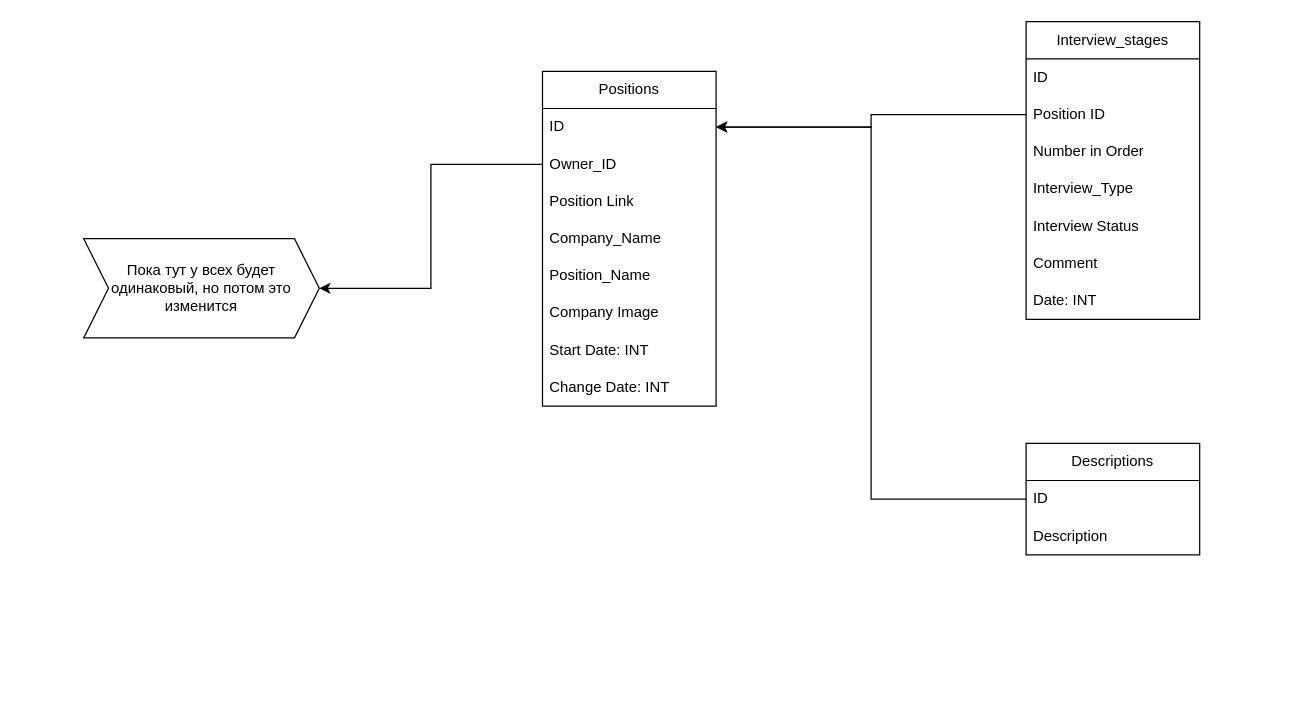
DimaVarek/exercises keeps this draw.io diagram as db_interview_helper.drawio. Above is the earlier version. Source tidied: cells renumbered, new cells numbered last; positions are measured from the earlier drawing's top-left corner, leaving out a move shared by most shapes. Both pictures are drawn from the tidied source at 124%, with x=0, y=0 at pixel (83, 21).
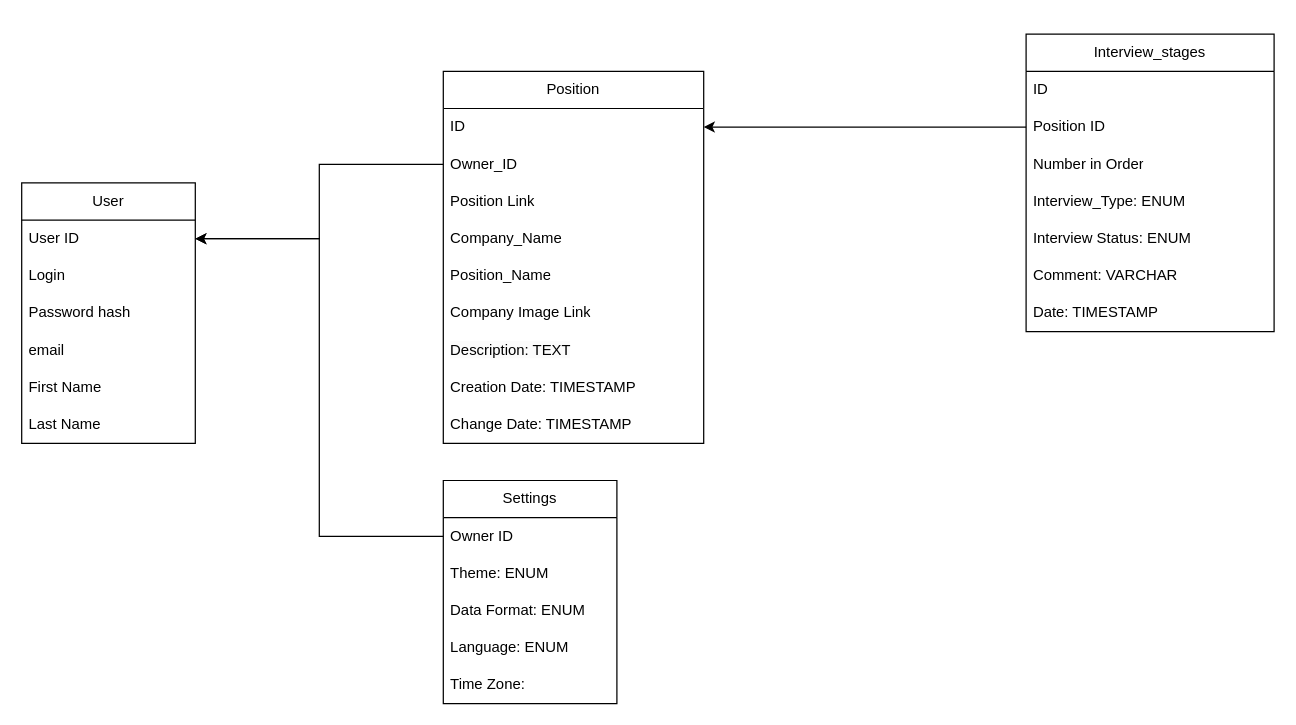
After the change.

Change to the diagram source:
```diff
@@
-    <mxCell id="2" value="Positions" style="swimlane;fontStyle=0;horizontal=1;startSize=30;whiteSpace=wrap;html=1;" parent="1" vertex="1">
-      <mxGeometry x="370" y="40" width="140" height="270" as="geometry" />
+    <mxCell id="2" value="Position" style="swimlane;fontStyle=0;horizontal=1;startSize=30;whiteSpace=wrap;html=1;" parent="1" vertex="1">
+      <mxGeometry x="290" y="40" width="210" height="300" as="geometry" />
     </mxCell>
     <mxCell id="3" value="ID" style="text;strokeColor=none;fillColor=none;align=left;verticalAlign=middle;spacingLeft=4;spacingRight=4;overflow=hidden;points=[[0,0.5],[1,0.5]];portConstraint=eastwest;whiteSpace=wrap;html=1;" parent="2" vertex="1">
-      <mxGeometry y="30" width="140" height="30" as="geometry" />
+      <mxGeometry y="30" width="210" height="30" as="geometry" />
     </mxCell>
     <mxCell id="4" value="Owner_ID" style="text;strokeColor=none;fillColor=none;align=left;verticalAlign=middle;spacingLeft=4;spacingRight=4;overflow=hidden;points=[[0,0.5],[1,0.5]];portConstraint=eastwest;whiteSpace=wrap;html=1;" parent="2" vertex="1">
-      <mxGeometry y="60" width="140" height="30" as="geometry" />
+      <mxGeometry y="60" width="210" height="30" as="geometry" />
     </mxCell>
     <mxCell id="5" value="Position Link" style="text;strokeColor=none;fillColor=none;align=left;verticalAlign=middle;spacingLeft=4;spacingRight=4;overflow=hidden;whiteSpace=wrap;html=1;" parent="2" vertex="1">
-      <mxGeometry y="90" width="140" height="30" as="geometry" />
+      <mxGeometry y="90" width="210" height="30" as="geometry" />
     </mxCell>
     <mxCell id="6" value="Company_Name" style="text;strokeColor=none;fillColor=none;align=left;verticalAlign=middle;spacingLeft=4;spacingRight=4;overflow=hidden;whiteSpace=wrap;html=1;" parent="2" vertex="1">
-      <mxGeometry y="120" width="140" height="30" as="geometry" />
+      <mxGeometry y="120" width="210" height="30" as="geometry" />
     </mxCell>
     <mxCell id="7" value="Position_Name" style="text;strokeColor=none;fillColor=none;align=left;verticalAlign=middle;spacingLeft=4;spacingRight=4;overflow=hidden;whiteSpace=wrap;html=1;" parent="2" vertex="1">
-      <mxGeometry y="150" width="140" height="30" as="geometry" />
+      <mxGeometry y="150" width="210" height="30" as="geometry" />
     </mxCell>
-    <mxCell id="8" value="Company Image" style="text;strokeColor=none;fillColor=none;align=left;verticalAlign=middle;spacingLeft=4;spacingRight=4;overflow=hidden;whiteSpace=wrap;html=1;" parent="2" vertex="1">
-      <mxGeometry y="180" width="140" height="30" as="geometry" />
+    <mxCell id="8" value="Company Image Link" style="text;strokeColor=none;fillColor=none;align=left;verticalAlign=middle;spacingLeft=4;spacingRight=4;overflow=hidden;whiteSpace=wrap;html=1;" parent="2" vertex="1">
+      <mxGeometry y="180" width="210" height="30" as="geometry" />
     </mxCell>
+    <mxCell id="26" value="&lt;span style=&quot;color: rgb(0, 0, 0); font-family: Helvetica; font-size: 12px; font-style: normal; font-variant-ligatures: normal; font-variant-caps: normal; font-weight: 400; letter-spacing: normal; orphans: 2; text-align: left; text-indent: 0px; text-transform: none; widows: 2; word-spacing: 0px; -webkit-text-stroke-width: 0px; background-color: rgb(251, 251, 251); text-decoration-thickness: initial; text-decoration-style: initial; text-decoration-color: initial; float: none; display: inline !important;&quot;&gt;Description: TEXT&lt;/span&gt;" style="text;strokeColor=none;fillColor=none;align=left;verticalAlign=middle;spacingLeft=4;spacingRight=4;overflow=hidden;whiteSpace=wrap;html=1;" parent="2" vertex="1">
+      <mxGeometry y="210" width="210" height="30" as="geometry" />
+    </mxCell>
-    <mxCell id="9" value="Start Date: INT" style="text;strokeColor=none;fillColor=none;align=left;verticalAlign=middle;spacingLeft=4;spacingRight=4;overflow=hidden;whiteSpace=wrap;html=1;" parent="2" vertex="1">
-      <mxGeometry y="210" width="140" height="30" as="geometry" />
+    <mxCell id="9" value="Creation Date: TIMESTAMP" style="text;strokeColor=none;fillColor=none;align=left;verticalAlign=middle;spacingLeft=4;spacingRight=4;overflow=hidden;whiteSpace=wrap;html=1;" parent="2" vertex="1">
+      <mxGeometry y="240" width="210" height="30" as="geometry" />
     </mxCell>
-    <mxCell id="10" value="Change Date: INT" style="text;strokeColor=none;fillColor=none;align=left;verticalAlign=middle;spacingLeft=4;spacingRight=4;overflow=hidden;whiteSpace=wrap;html=1;" parent="2" vertex="1">
-      <mxGeometry y="240" width="140" height="30" as="geometry" />
+    <mxCell id="10" value="Change Date: TIMESTAMP" style="text;strokeColor=none;fillColor=none;align=left;verticalAlign=middle;spacingLeft=4;spacingRight=4;overflow=hidden;whiteSpace=wrap;html=1;" parent="2" vertex="1">
+      <mxGeometry y="270" width="210" height="30" as="geometry" />
     </mxCell>
     <mxCell id="11" value="Interview_stages" style="swimlane;fontStyle=0;horizontal=1;startSize=30;whiteSpace=wrap;html=1;" parent="1" vertex="1">
-      <mxGeometry x="760" width="140" height="240" as="geometry" />
+      <mxGeometry x="760" y="10" width="200" height="240" as="geometry" />
     </mxCell>
     <mxCell id="12" value="ID" style="text;strokeColor=none;fillColor=none;align=left;verticalAlign=middle;spacingLeft=4;spacingRight=4;overflow=hidden;whiteSpace=wrap;html=1;" parent="11" vertex="1">
-      <mxGeometry y="30" width="140" height="30" as="geometry" />
+      <mxGeometry y="30" width="200" height="30" as="geometry" />
     </mxCell>
     <mxCell id="13" value="Position ID" style="text;strokeColor=none;fillColor=none;align=left;verticalAlign=middle;spacingLeft=4;spacingRight=4;overflow=hidden;points=[[0,0.5],[1,0.5]];portConstraint=eastwest;whiteSpace=wrap;html=1;" parent="11" vertex="1">
-      <mxGeometry y="60" width="140" height="30" as="geometry" />
+      <mxGeometry y="60" width="200" height="30" as="geometry" />
     </mxCell>
     <mxCell id="14" value="Number in Order" style="text;strokeColor=none;fillColor=none;align=left;verticalAlign=middle;spacingLeft=4;spacingRight=4;overflow=hidden;whiteSpace=wrap;html=1;" parent="11" vertex="1">
-      <mxGeometry y="90" width="140" height="30" as="geometry" />
+      <mxGeometry y="90" width="200" height="30" as="geometry" />
     </mxCell>
-    <mxCell id="15" value="Interview_Type" style="text;strokeColor=none;fillColor=none;align=left;verticalAlign=middle;spacingLeft=4;spacingRight=4;overflow=hidden;whiteSpace=wrap;html=1;" parent="11" vertex="1">
-      <mxGeometry y="120" width="140" height="30" as="geometry" />
+    <mxCell id="15" value="Interview_Type: ENUM" style="text;strokeColor=none;fillColor=none;align=left;verticalAlign=middle;spacingLeft=4;spacingRight=4;overflow=hidden;whiteSpace=wrap;html=1;" parent="11" vertex="1">
+      <mxGeometry y="120" width="200" height="30" as="geometry" />
     </mxCell>
-    <mxCell id="16" value="Interview Status" style="text;strokeColor=none;fillColor=none;align=left;verticalAlign=middle;spacingLeft=4;spacingRight=4;overflow=hidden;whiteSpace=wrap;html=1;" parent="11" vertex="1">
-      <mxGeometry y="150" width="140" height="30" as="geometry" />
+    <mxCell id="16" value="Interview Status: ENUM" style="text;strokeColor=none;fillColor=none;align=left;verticalAlign=middle;spacingLeft=4;spacingRight=4;overflow=hidden;whiteSpace=wrap;html=1;" parent="11" vertex="1">
+      <mxGeometry y="150" width="200" height="30" as="geometry" />
     </mxCell>
-    <mxCell id="17" value="Comment" style="text;strokeColor=none;fillColor=none;align=left;verticalAlign=middle;spacingLeft=4;spacingRight=4;overflow=hidden;whiteSpace=wrap;html=1;" parent="11" vertex="1">
-      <mxGeometry y="180" width="140" height="30" as="geometry" />
+    <mxCell id="17" value="Comment: VARCHAR" style="text;strokeColor=none;fillColor=none;align=left;verticalAlign=middle;spacingLeft=4;spacingRight=4;overflow=hidden;whiteSpace=wrap;html=1;" parent="11" vertex="1">
+      <mxGeometry y="180" width="200" height="30" as="geometry" />
     </mxCell>
-    <mxCell id="18" value="Date: INT" style="text;strokeColor=none;fillColor=none;align=left;verticalAlign=middle;spacingLeft=4;spacingRight=4;overflow=hidden;whiteSpace=wrap;html=1;" parent="11" vertex="1">
-      <mxGeometry y="210" width="140" height="30" as="geometry" />
+    <mxCell id="18" value="Date: TIMESTAMP" style="text;strokeColor=none;fillColor=none;align=left;verticalAlign=middle;spacingLeft=4;spacingRight=4;overflow=hidden;whiteSpace=wrap;html=1;" parent="11" vertex="1">
+      <mxGeometry y="210" width="200" height="30" as="geometry" />
     </mxCell>
-    <mxCell id="19" style="edgeStyle=orthogonalEdgeStyle;rounded=0;jettySize=auto;html=1;exitX=0;exitY=0.5;exitDx=0;exitDy=0;entryX=1;entryY=0.5;entryDx=0;entryDy=0;" parent="1" edge="1" source="4" target="20">
+    <mxCell id="19" style="edgeStyle=orthogonalEdgeStyle;rounded=0;jettySize=auto;html=1;exitX=0;exitY=0.5;exitDx=0;exitDy=0;entryX=1;entryY=0.5;entryDx=0;entryDy=0;" parent="1" edge="1" source="4" target="28">
       <mxGeometry relative="1" as="geometry" />
     </mxCell>
-    <mxCell id="20" value="Пока тут у всех будет одинаковый, но потом это изменится" style="shape=step;perimeter=stepPerimeter;whiteSpace=wrap;html=1;fixedSize=1;" parent="1" vertex="1">
-      <mxGeometry y="175" width="190" height="80" as="geometry" />
-    </mxCell>
-    <mxCell id="21" value="Descriptions" style="swimlane;fontStyle=0;horizontal=1;startSize=30;whiteSpace=wrap;html=1;" parent="1" vertex="1">
-      <mxGeometry x="760" y="340" width="140" height="90" as="geometry" />
-    </mxCell>
-    <mxCell id="22" value="ID" style="text;strokeColor=none;fillColor=none;align=left;verticalAlign=middle;spacingLeft=4;spacingRight=4;overflow=hidden;points=[[0,0.5],[1,0.5]];portConstraint=eastwest;whiteSpace=wrap;html=1;" parent="21" vertex="1">
-      <mxGeometry y="30" width="140" height="30" as="geometry" />
-    </mxCell>
-    <mxCell id="23" value="Description" style="text;strokeColor=none;fillColor=none;align=left;verticalAlign=middle;spacingLeft=4;spacingRight=4;overflow=hidden;whiteSpace=wrap;html=1;" parent="21" vertex="1">
-      <mxGeometry y="60" width="140" height="30" as="geometry" />
-    </mxCell>
-    <mxCell id="24" style="edgeStyle=orthogonalEdgeStyle;rounded=0;jettySize=auto;html=1;exitX=0;exitY=0.5;exitDx=0;exitDy=0;entryX=1;entryY=0.5;entryDx=0;entryDy=0;" parent="1" edge="1" source="22" target="3">
-      <mxGeometry relative="1" as="geometry" />
-    </mxCell>
@@
+    <mxCell id="27" value="User" style="swimlane;fontStyle=0;horizontal=1;startSize=30;whiteSpace=wrap;html=1;" parent="1" vertex="1">
+      <mxGeometry x="-50" y="130" width="140" height="210" as="geometry" />
+    </mxCell>
+    <mxCell id="28" value="User ID" style="text;strokeColor=none;fillColor=none;align=left;verticalAlign=middle;spacingLeft=4;spacingRight=4;overflow=hidden;points=[[0,0.5],[1,0.5]];portConstraint=eastwest;whiteSpace=wrap;html=1;" parent="27" vertex="1">
+      <mxGeometry y="30" width="140" height="30" as="geometry" />
+    </mxCell>
+    <mxCell id="29" value="Login" style="text;strokeColor=none;fillColor=none;align=left;verticalAlign=middle;spacingLeft=4;spacingRight=4;overflow=hidden;whiteSpace=wrap;html=1;" parent="27" vertex="1">
+      <mxGeometry y="60" width="140" height="30" as="geometry" />
+    </mxCell>
+    <mxCell id="30" value="Password hash" style="text;strokeColor=none;fillColor=none;align=left;verticalAlign=middle;spacingLeft=4;spacingRight=4;overflow=hidden;whiteSpace=wrap;html=1;" parent="27" vertex="1">
+      <mxGeometry y="90" width="140" height="30" as="geometry" />
+    </mxCell>
+    <mxCell id="31" value="email" style="text;strokeColor=none;fillColor=none;align=left;verticalAlign=middle;spacingLeft=4;spacingRight=4;overflow=hidden;whiteSpace=wrap;html=1;" parent="27" vertex="1">
+      <mxGeometry y="120" width="140" height="30" as="geometry" />
+    </mxCell>
+    <mxCell id="32" value="First Name" style="text;strokeColor=none;fillColor=none;align=left;verticalAlign=middle;spacingLeft=4;spacingRight=4;overflow=hidden;whiteSpace=wrap;html=1;" parent="27" vertex="1">
+      <mxGeometry y="150" width="140" height="30" as="geometry" />
+    </mxCell>
+    <mxCell id="33" value="Last Name" style="text;strokeColor=none;fillColor=none;align=left;verticalAlign=middle;spacingLeft=4;spacingRight=4;overflow=hidden;whiteSpace=wrap;html=1;" parent="27" vertex="1">
+      <mxGeometry y="180" width="140" height="30" as="geometry" />
+    </mxCell>
+    <mxCell id="34" value="Settings" style="swimlane;fontStyle=0;horizontal=1;startSize=30;whiteSpace=wrap;html=1;" parent="1" vertex="1">
+      <mxGeometry x="290" y="370" width="140" height="180" as="geometry" />
+    </mxCell>
+    <mxCell id="35" value="Owner ID" style="text;strokeColor=none;fillColor=none;align=left;verticalAlign=middle;spacingLeft=4;spacingRight=4;overflow=hidden;points=[[0,0.5],[1,0.5]];portConstraint=eastwest;whiteSpace=wrap;html=1;" parent="34" vertex="1">
+      <mxGeometry y="30" width="140" height="30" as="geometry" />
+    </mxCell>
+    <mxCell id="36" value="Theme: ENUM" style="text;strokeColor=none;fillColor=none;align=left;verticalAlign=middle;spacingLeft=4;spacingRight=4;overflow=hidden;whiteSpace=wrap;html=1;" parent="34" vertex="1">
+      <mxGeometry y="60" width="140" height="30" as="geometry" />
+    </mxCell>
+    <mxCell id="37" value="Data Format: ENUM" style="text;strokeColor=none;fillColor=none;align=left;verticalAlign=middle;spacingLeft=4;spacingRight=4;overflow=hidden;whiteSpace=wrap;html=1;" parent="34" vertex="1">
+      <mxGeometry y="90" width="140" height="30" as="geometry" />
+    </mxCell>
+    <mxCell id="38" value="Language: ENUM" style="text;strokeColor=none;fillColor=none;align=left;verticalAlign=middle;spacingLeft=4;spacingRight=4;overflow=hidden;whiteSpace=wrap;html=1;" parent="34" vertex="1">
+      <mxGeometry y="120" width="140" height="30" as="geometry" />
+    </mxCell>
+    <mxCell id="39" value="Time Zone:&amp;nbsp;" style="text;strokeColor=none;fillColor=none;align=left;verticalAlign=middle;spacingLeft=4;spacingRight=4;overflow=hidden;whiteSpace=wrap;html=1;" parent="34" vertex="1">
+      <mxGeometry y="150" width="140" height="30" as="geometry" />
+    </mxCell>
+    <mxCell id="40" style="edgeStyle=orthogonalEdgeStyle;rounded=0;jettySize=auto;html=1;exitX=0;exitY=0.5;exitDx=0;exitDy=0;entryX=1;entryY=0.5;entryDx=0;entryDy=0;" parent="1" edge="1" source="35" target="28">
+      <mxGeometry relative="1" as="geometry" />
+    </mxCell>
```
